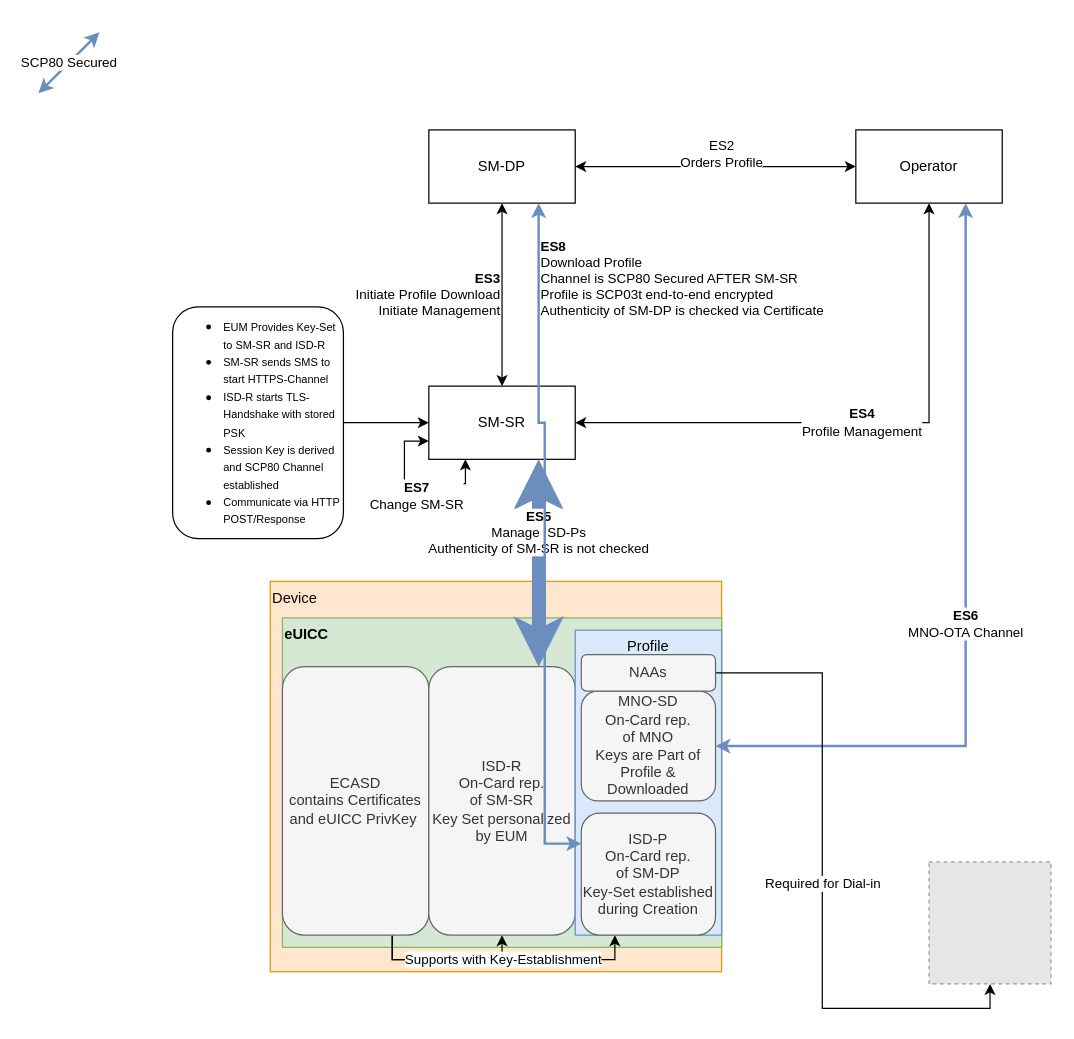
The draw.io diagram drawio/m2m_actors_interfaces.drawio in koblibri/master_thesis, before the edit. Source tidied: cells renumbered, new cells numbered last; positions are measured from the earlier drawing's top-left corner, leaving out a move shared by most shapes. Both pictures are drawn from the tidied source at 122%, with x=0, y=0 at pixel (38, 32). Pictures stored in the file or linked from it are replaced by grey dashed boxes.
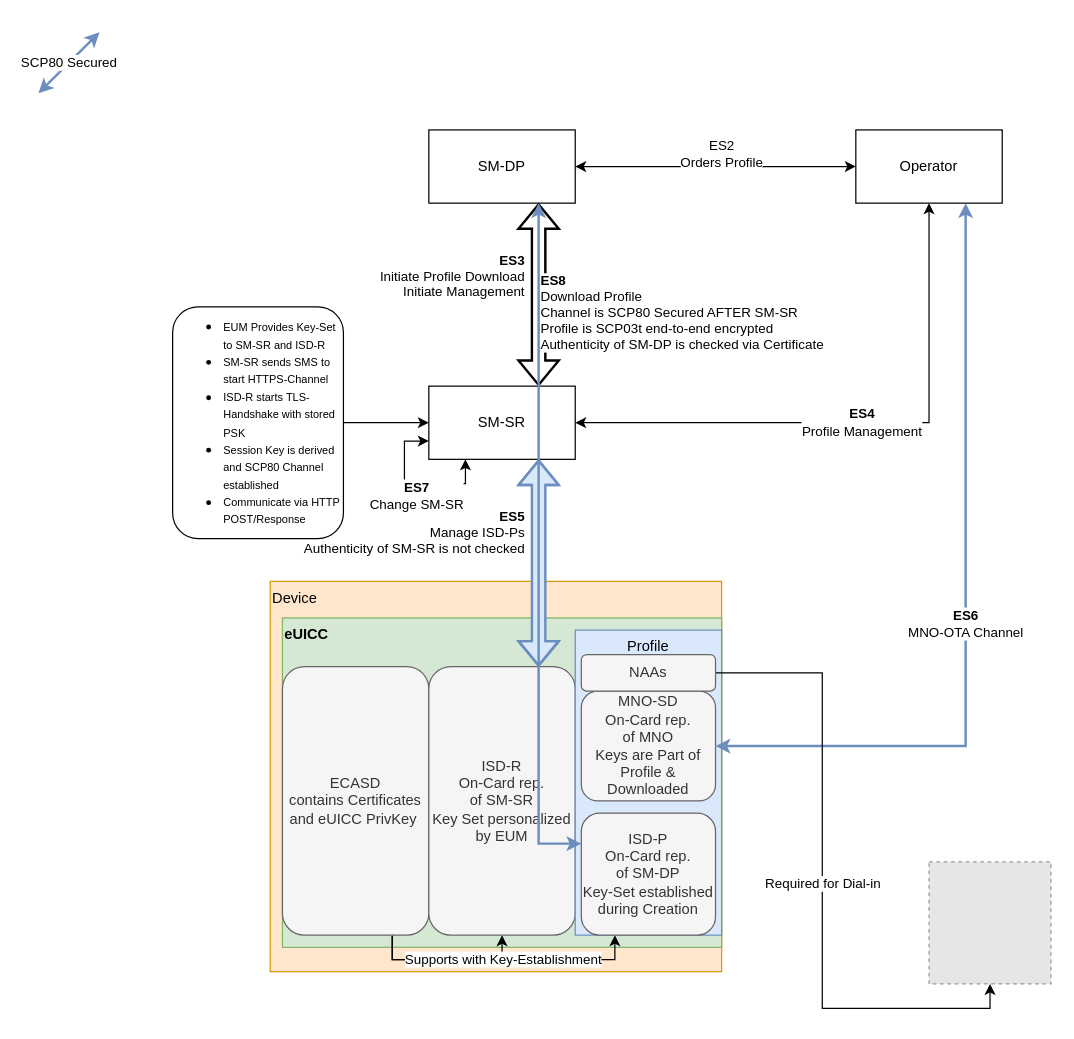
After the change.

The change refers to these unchanged cells:
```xml
<mxCell id="4" value="SM-DP" style="rounded=0;whiteSpace=wrap;html=1;" parent="1" vertex="1">
  <mxGeometry x="320" y="80" width="120" height="60" as="geometry" />
</mxCell>
<mxCell id="9" value="SM-SR" style="rounded=0;whiteSpace=wrap;html=1;" parent="1" vertex="1">
  <mxGeometry x="320" y="290" width="120" height="60" as="geometry" />
</mxCell>
<mxCell id="14" value="ISD-R&lt;br&gt;On-Card rep. &lt;br&gt;of SM-SR&lt;br&gt;Key Set personalized by EUM" style="rounded=1;whiteSpace=wrap;html=1;fillColor=#f5f5f5;fontColor=#333333;strokeColor=#666666;" parent="1" vertex="1">
  <mxGeometry x="320" y="520" width="120" height="220" as="geometry" />
</mxCell>
<mxCell id="17" value="ISD-P&lt;br&gt;On-Card rep. &lt;br&gt;of SM-DP&lt;br&gt;Key-Set established during Creation" style="rounded=1;whiteSpace=wrap;html=1;fillColor=#f5f5f5;strokeColor=#666666;fontColor=#333333;" parent="1" vertex="1">
  <mxGeometry x="445" y="640" width="110" height="100" as="geometry" />
</mxCell>
```

Diff of the diagram source:
```diff
@@
-    <mxCell id="8" value="&lt;b&gt;ES3&lt;/b&gt;&lt;br&gt;Initiate Profile Download&lt;br&gt;Initiate Management" style="edgeStyle=orthogonalEdgeStyle;rounded=0;jettySize=auto;html=1;exitX=0.5;exitY=0;exitDx=0;exitDy=0;entryX=0.5;entryY=1;entryDx=0;entryDy=0;startArrow=classic;startFill=1;align=right;" parent="1" edge="1" source="9" target="4">
-      <mxGeometry relative="1" as="geometry" />
+    <mxCell id="8" value="&lt;b&gt;ES3&lt;/b&gt;&lt;br&gt;Initiate Profile Download&lt;br&gt;Initiate Management" style="edgeStyle=orthogonalEdgeStyle;rounded=0;jettySize=auto;html=1;exitX=0.75;exitY=0;exitDx=0;exitDy=0;entryX=0.75;entryY=1;entryDx=0;entryDy=0;startArrow=classic;startFill=1;align=right;shape=flexArrow;fillColor=none;strokeWidth=2;" parent="1" edge="1" source="9" target="4">
+      <mxGeometry x="0.2" y="10" relative="1" as="geometry" />
     </mxCell>
@@
-    <mxCell id="13" value="&lt;b&gt;ES5&lt;/b&gt;&lt;br&gt;Manage ISD-Ps&lt;br&gt;Authenticity of SM-SR is not checked" style="edgeStyle=orthogonalEdgeStyle;rounded=0;jettySize=auto;html=1;exitX=0.75;exitY=0;exitDx=0;exitDy=0;entryX=0.75;entryY=1;entryDx=0;entryDy=0;startArrow=classic;startFill=1;strokeWidth=11;fillColor=#dae8fc;strokeColor=#6c8ebf;" parent="1" edge="1" source="14" target="9">
-      <mxGeometry x="0.29" relative="1" as="geometry">
+    <mxCell id="13" value="&lt;b&gt;ES5&lt;/b&gt;&lt;br&gt;Manage ISD-Ps&lt;br&gt;Authenticity of SM-SR is not checked" style="edgeStyle=orthogonalEdgeStyle;rounded=0;jettySize=auto;html=1;exitX=0.75;exitY=0;exitDx=0;exitDy=0;entryX=0.75;entryY=1;entryDx=0;entryDy=0;startArrow=classic;startFill=1;strokeWidth=2;fillColor=#dae8fc;strokeColor=#6c8ebf;shape=flexArrow;align=right;" parent="1" edge="1" source="14" target="9">
+      <mxGeometry x="0.29" y="10" relative="1" as="geometry">
         <Array as="points">
           <mxPoint x="410" y="440" />
           <mxPoint x="410" y="440" />
         </Array>
       </mxGeometry>
     </mxCell>
@@
     <mxCell id="16" value="&lt;font style=&quot;font-size: 11px&quot;&gt;&lt;b&gt;ES8&lt;/b&gt;&lt;br&gt;Download Profile&lt;br&gt;Channel is &lt;/font&gt;&lt;font style=&quot;font-size: 11px&quot;&gt;&lt;font style=&quot;font-size: 11px&quot;&gt;S&lt;/font&gt;CP80 Secured AFTER SM-SR&lt;br&gt;Profile is SCP03t end-to-end encrypted&lt;br&gt;Authenticity of SM-DP is checked via Certificate&lt;br&gt;&lt;/font&gt;" style="edgeStyle=orthogonalEdgeStyle;rounded=0;jettySize=auto;html=1;exitX=0.75;exitY=1;exitDx=0;exitDy=0;entryX=0;entryY=0.25;entryDx=0;entryDy=0;fontSize=9;startArrow=classic;startFill=1;align=left;fillColor=#dae8fc;strokeColor=#6c8ebf;strokeWidth=2;" parent="1" edge="1" source="4" target="17">
-      <mxGeometry x="-0.78" relative="1" as="geometry">
+      <mxGeometry x="-0.68" relative="1" as="geometry">
         <Array as="points">
-          <mxPoint x="410" y="320" />
-          <mxPoint x="415" y="320" />
-          <mxPoint x="415" y="665" />
+          <mxPoint x="410" y="665" />
         </Array>
       </mxGeometry>
     </mxCell>
```
